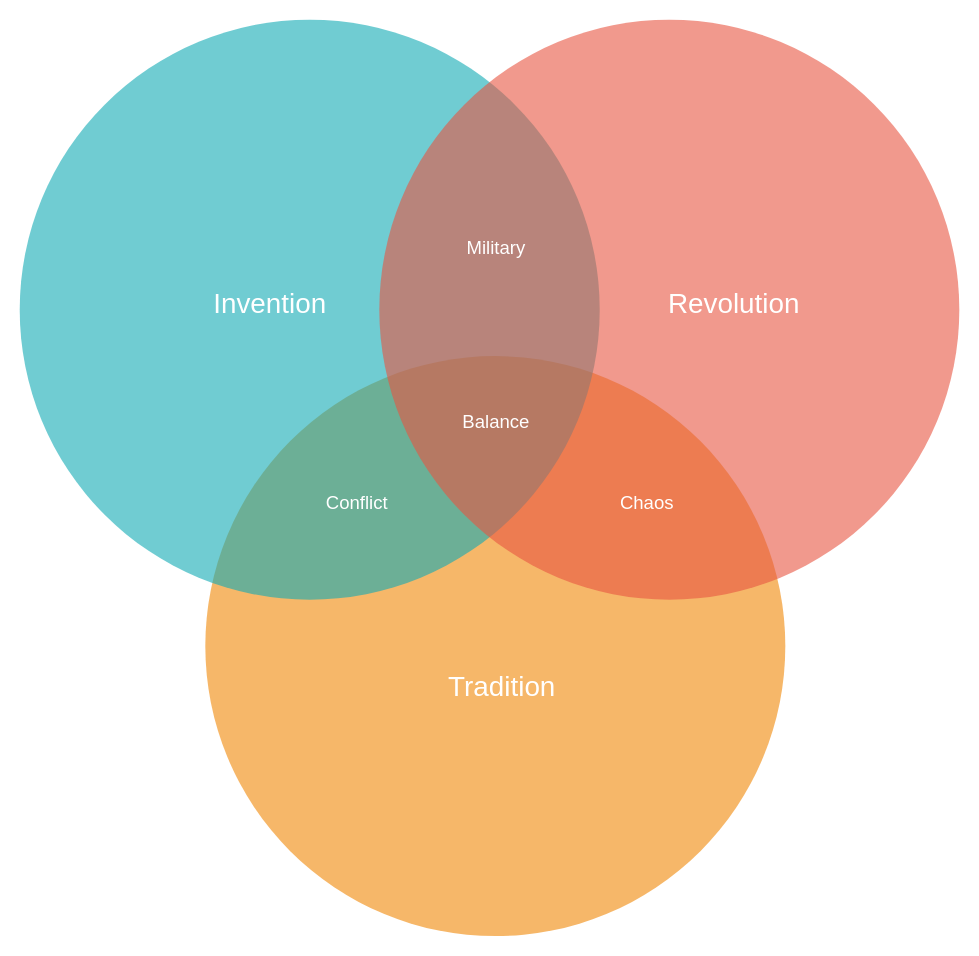
This is Untitled Diagram.drawio from jayanthkmr/architecture-diagrams, a draw.io file, before an edit. Source tidied: cells renumbered, new cells numbered last; positions are measured from the earlier drawing's top-left corner, leaving out a move shared by most shapes. Both pictures are drawn from the tidied source at 116%, with x=0, y=0 at pixel (20, 19).
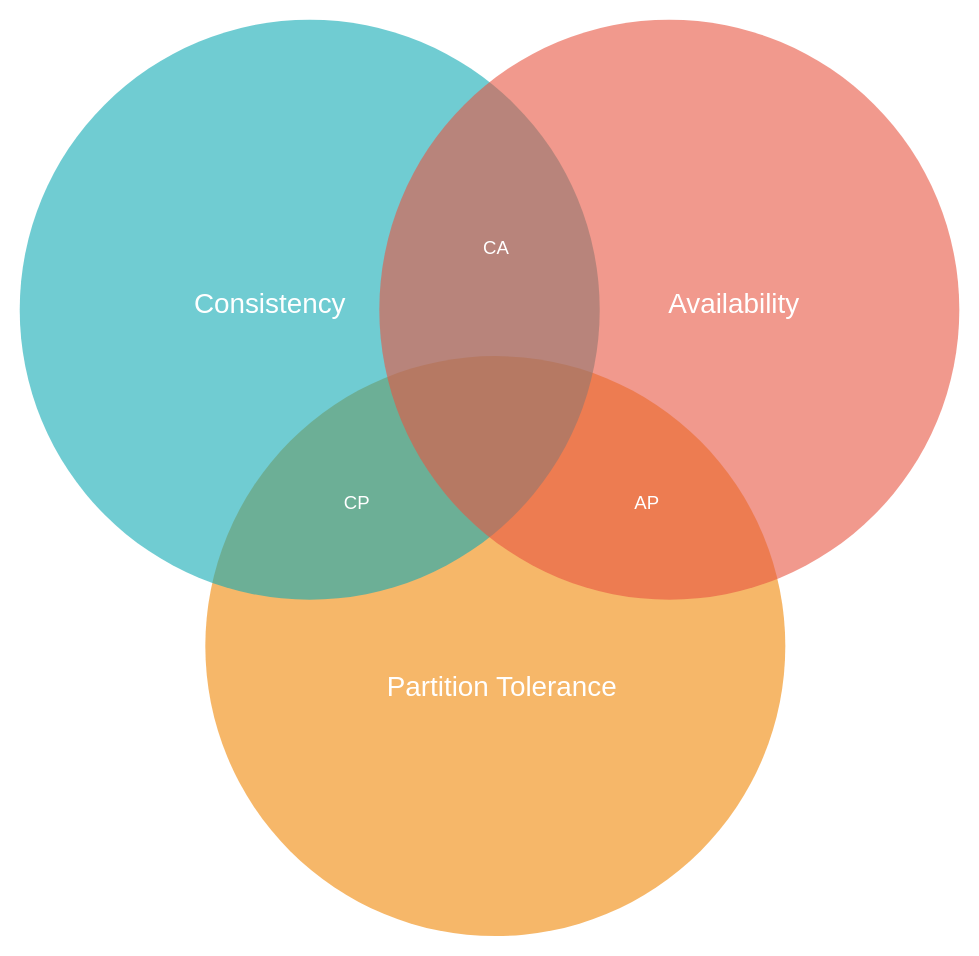
After the change.

The edit, as a diff of the source:
```diff
@@
 <mxGraphModel>
   <root>
     <mxCell id="0" />
     <mxCell id="1" parent="0" />
     <mxCell id="2" style="ellipse;fillColor=#F08705;opacity=60;strokeColor=none;html=1;fontColor=#FFFFFF;" parent="1" vertex="1">
       <mxGeometry x="159.5" y="290.5" width="500" height="500" as="geometry" />
     </mxCell>
     <mxCell id="3" style="ellipse;fillColor=#12AAB5;opacity=60;strokeColor=none;html=1;fontColor=#FFFFFF;" parent="1" vertex="1">
       <mxGeometry x="-0.5" y="0.5" width="500" height="500" as="geometry" />
     </mxCell>
     <mxCell id="4" style="ellipse;fillColor=#e85642;opacity=60;strokeColor=none;html=1;fontColor=#FFFFFF;" parent="1" vertex="1">
       <mxGeometry x="309.5" y="0.5" width="500" height="500" as="geometry" />
     </mxCell>
-    <mxCell id="5" value="Invention" style="text;fontSize=24;align=center;verticalAlign=middle;html=1;fontColor=#FFFFFF;" parent="1" vertex="1">
+    <mxCell id="5" value="Consistency" style="text;fontSize=24;align=center;verticalAlign=middle;html=1;fontColor=#FFFFFF;" parent="1" vertex="1">
       <mxGeometry x="119.5" y="210.5" width="190" height="70" as="geometry" />
     </mxCell>
-    <mxCell id="6" value="Revolution" style="text;fontSize=24;align=center;verticalAlign=middle;html=1;fontColor=#FFFFFF;" parent="1" vertex="1">
+    <mxCell id="6" value="Availability" style="text;fontSize=24;align=center;verticalAlign=middle;html=1;fontColor=#FFFFFF;" parent="1" vertex="1">
       <mxGeometry x="519.5" y="210.5" width="190" height="70" as="geometry" />
     </mxCell>
-    <mxCell id="7" value="Tradition" style="text;fontSize=24;align=center;verticalAlign=middle;html=1;fontColor=#FFFFFF;" parent="1" vertex="1">
+    <mxCell id="7" value="Partition Tolerance" style="text;fontSize=24;align=center;verticalAlign=middle;html=1;fontColor=#FFFFFF;" parent="1" vertex="1">
       <mxGeometry x="319.5" y="540.5" width="190" height="70" as="geometry" />
     </mxCell>
-    <mxCell id="8" value="Military" style="text;align=center;html=1;fontColor=#FFFFFF;fontSize=16;" parent="1" vertex="1">
+    <mxCell id="8" value="CA" style="text;align=center;html=1;fontColor=#FFFFFF;fontSize=16;" parent="1" vertex="1">
       <mxGeometry x="389.5" y="180.5" width="40" height="40" as="geometry" />
     </mxCell>
-    <mxCell id="9" value="Conflict" style="text;align=center;html=1;fontColor=#FFFFFF;fontSize=16;" parent="1" vertex="1">
+    <mxCell id="9" value="CP" style="text;align=center;html=1;fontColor=#FFFFFF;fontSize=16;" parent="1" vertex="1">
       <mxGeometry x="269.5" y="400.5" width="40" height="40" as="geometry" />
     </mxCell>
-    <mxCell id="10" value="Chaos" style="text;align=center;html=1;fontColor=#FFFFFF;fontSize=16;" parent="1" vertex="1">
+    <mxCell id="10" value="AP" style="text;align=center;html=1;fontColor=#FFFFFF;fontSize=16;" parent="1" vertex="1">
       <mxGeometry x="519.5" y="400.5" width="40" height="40" as="geometry" />
     </mxCell>
-    <mxCell id="11" value="Balance" style="text;align=center;html=1;fontColor=#FFFFFF;fontSize=16;" parent="1" vertex="1">
-      <mxGeometry x="389.5" y="330.5" width="40" height="40" as="geometry" />
-    </mxCell>
   </root>
 </mxGraphModel>
```
